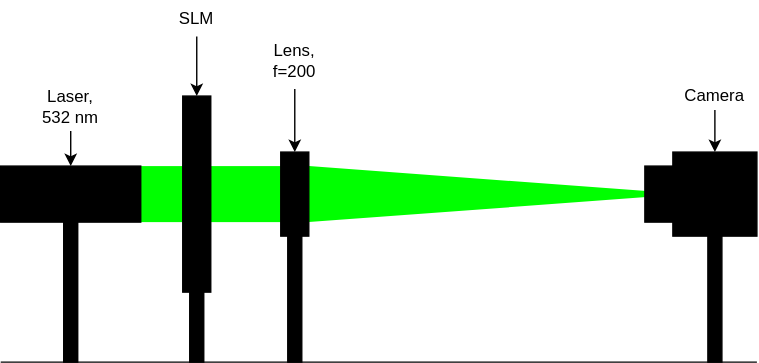
The draw.io diagram documentation/images/setup_0.svg in nbaehler/mask-designer, before a commit. Source tidied: cells renumbered, new cells last; positions are measured from the earlier drawing's top-left corner, leaving out a move shared by most shapes.
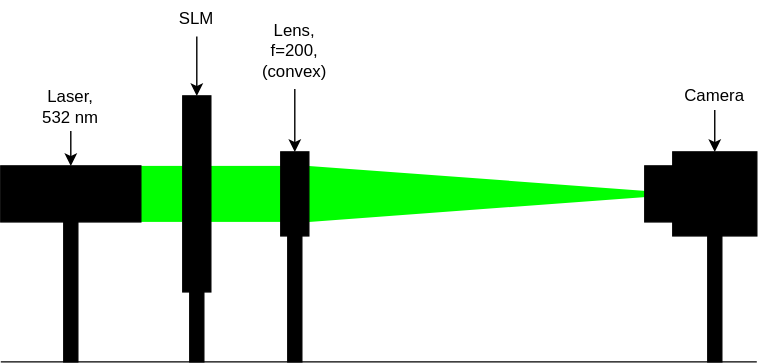
Above is the later version.

Change to the diagram source:
```diff
@@ -44,8 +44,8 @@
     <mxCell id="14" style="edgeStyle=orthogonalEdgeStyle;rounded=0;jettySize=auto;html=1;exitX=0.5;exitY=1;exitDx=0;exitDy=0;" parent="1" edge="1" source="15" target="17">
       <mxGeometry relative="1" as="geometry" />
     </mxCell>
-    <mxCell id="15" value="&lt;div&gt;Lens,&lt;/div&gt;&lt;div&gt;f=200&lt;br&gt;&lt;/div&gt;" style="text;html=1;strokeColor=none;fillColor=none;align=center;verticalAlign=middle;whiteSpace=wrap;rounded=0;" parent="1" vertex="1">
-      <mxGeometry x="180" y="23" width="60" height="40" as="geometry" />
+    <mxCell id="15" value="&lt;div&gt;Lens,&lt;/div&gt;&lt;div&gt;f=200,&lt;br&gt;&lt;/div&gt;&lt;div&gt;(convex)&lt;/div&gt;" style="text;html=1;strokeColor=none;fillColor=none;align=center;verticalAlign=middle;whiteSpace=wrap;rounded=0;" parent="1" vertex="1">
+      <mxGeometry x="180" y="8" width="60" height="55" as="geometry" />
     </mxCell>
     <mxCell id="16" style="rounded=0;whiteSpace=wrap;html=1;fillColor=#000000;" parent="1" vertex="1">
       <mxGeometry x="130" y="68" width="20" height="140" as="geometry" />
```
